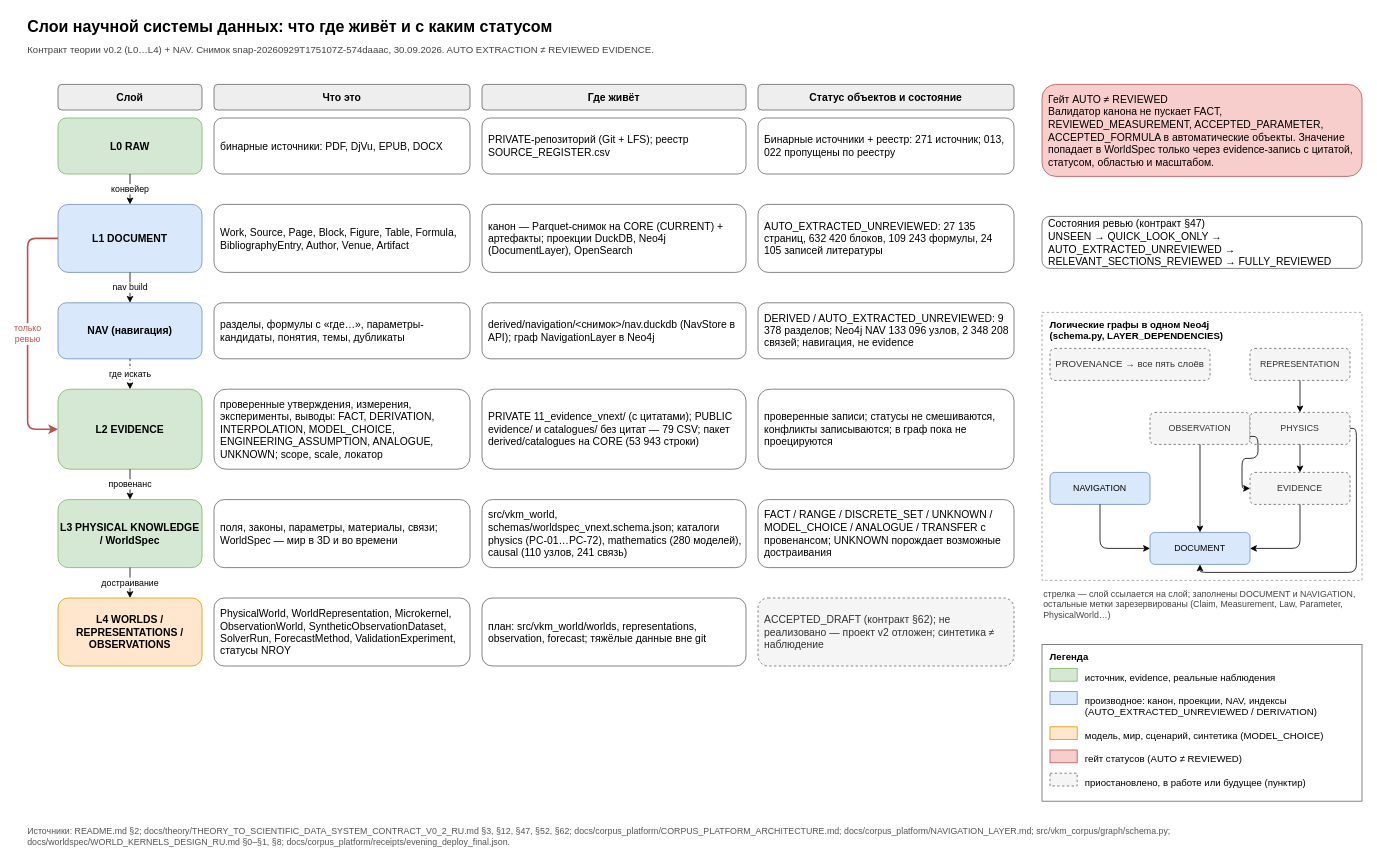
This is docs/diagrams/data_layers.drawio from SUKUNA-AI/vkm-subsidence-forecasting, a draw.io file, before an edit. Source tidied: cells renumbered, new cells numbered last; positions are measured from the earlier drawing's top-left corner, leaving out a move shared by most shapes. Both pictures are drawn from the tidied source at 80%, with x=0, y=0 at pixel (26, 14).
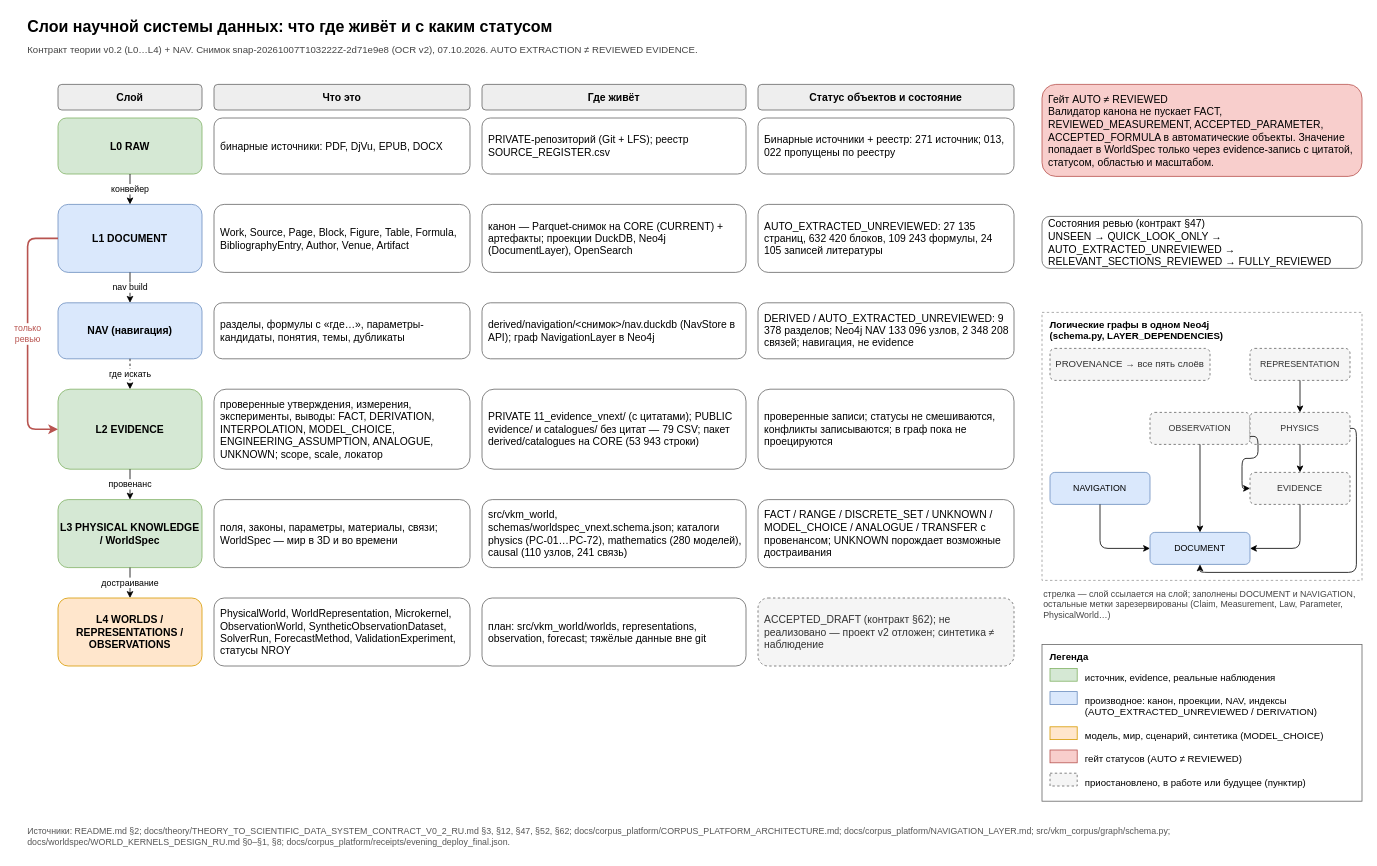
After the change.

What changed in the source:
```diff
@@
-    <mxCell id="3" value="Контракт теории v0.2 (L0…L4) + NAV. Снимок snap-20260929T175107Z-574daaac, 30.09.2026. AUTO EXTRACTION ≠ REVIEWED EVIDENCE." style="text;align=left;fontColor=#444444;fontSize=12;html=1;verticalAlign=middle;whiteSpace=wrap;" parent="1" vertex="1">
+    <mxCell id="3" value="Контракт теории v0.2 (L0…L4) + NAV. Снимок snap-20261007T103222Z-2d71e9e8 (OCR v2), 07.10.2026. AUTO EXTRACTION ≠ REVIEWED EVIDENCE." style="text;align=left;fontColor=#444444;fontSize=12;html=1;verticalAlign=middle;whiteSpace=wrap;" parent="1" vertex="1">
       <mxGeometry y="32" width="1670" height="25" as="geometry" />
     </mxCell>
```
